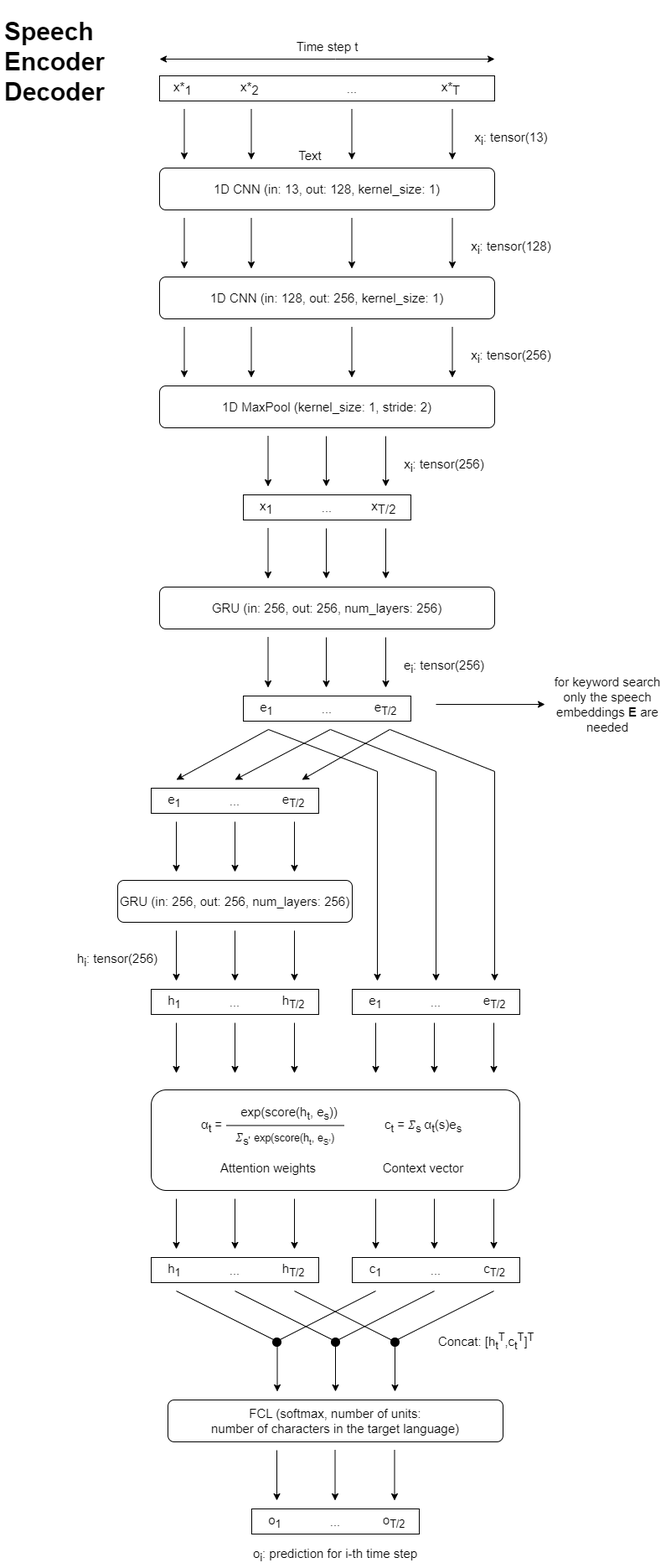
Earlier version of the draw.io export E2E_KS_Attention_Energy_Scorer/SED.png (BenonZero/projektGrupowy). Source tidied: cells renumbered, new cells last; positions are measured from the earlier drawing's top-left corner, leaving out a move shared by most shapes.
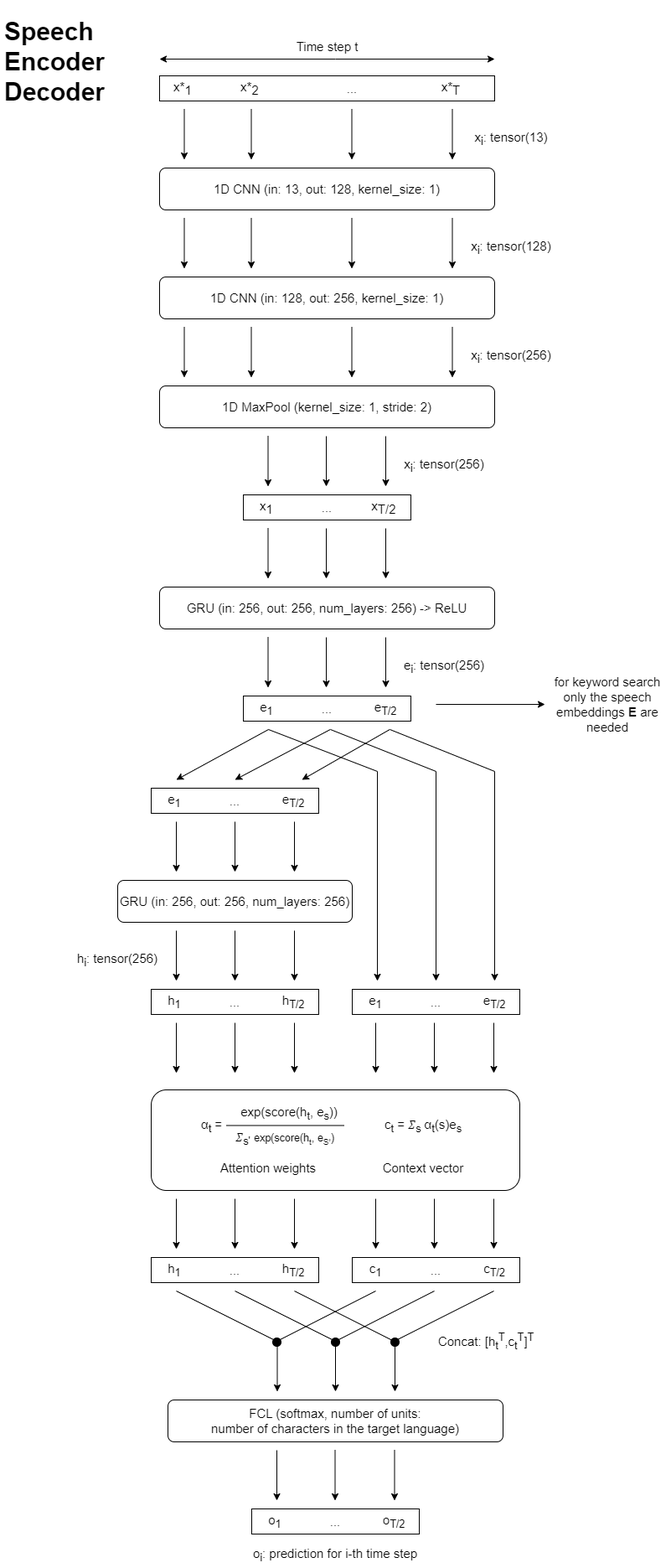
Above is the later version.

Diff of the diagram source:
```diff
@@ -152,7 +152,7 @@
     <mxCell id="36" style="rounded=1;whiteSpace=wrap;html=1;fontSize=15;" parent="1" vertex="1">
       <mxGeometry x="190" y="690" width="400" height="50" as="geometry" />
     </mxCell>
-    <mxCell id="37" value="GRU (in: 256, out: 256, num_layers: 256)" style="text;html=1;strokeColor=none;fillColor=none;align=center;verticalAlign=middle;whiteSpace=wrap;rounded=0;fontSize=15;" parent="1" vertex="1">
+    <mxCell id="37" value="GRU (in: 256, out: 256, num_layers: 256) -&amp;gt; ReLU" style="text;html=1;strokeColor=none;fillColor=none;align=center;verticalAlign=middle;whiteSpace=wrap;rounded=0;fontSize=15;" parent="1" vertex="1">
       <mxGeometry x="210" y="700" width="360" height="30" as="geometry" />
     </mxCell>
     <mxCell id="38" style="endArrow=classic;html=1;rounded=0;" parent="1" edge="1">
@@ -215,9 +215,6 @@
         </Array>
       </mxGeometry>
     </mxCell>
-    <mxCell id="50" value="Text" style="text;html=1;strokeColor=none;fillColor=none;align=center;verticalAlign=middle;whiteSpace=wrap;rounded=0;fontSize=15;" parent="1" vertex="1">
-      <mxGeometry x="340" y="160" width="60" height="30" as="geometry" />
-    </mxCell>
     <mxCell id="51" value="Time step t" style="text;html=1;align=center;verticalAlign=middle;strokeColor=none;fillColor=none;fontSize=15;" parent="1" vertex="1">
       <mxGeometry x="340" y="30" width="100" height="30" as="geometry" />
     </mxCell>
```
